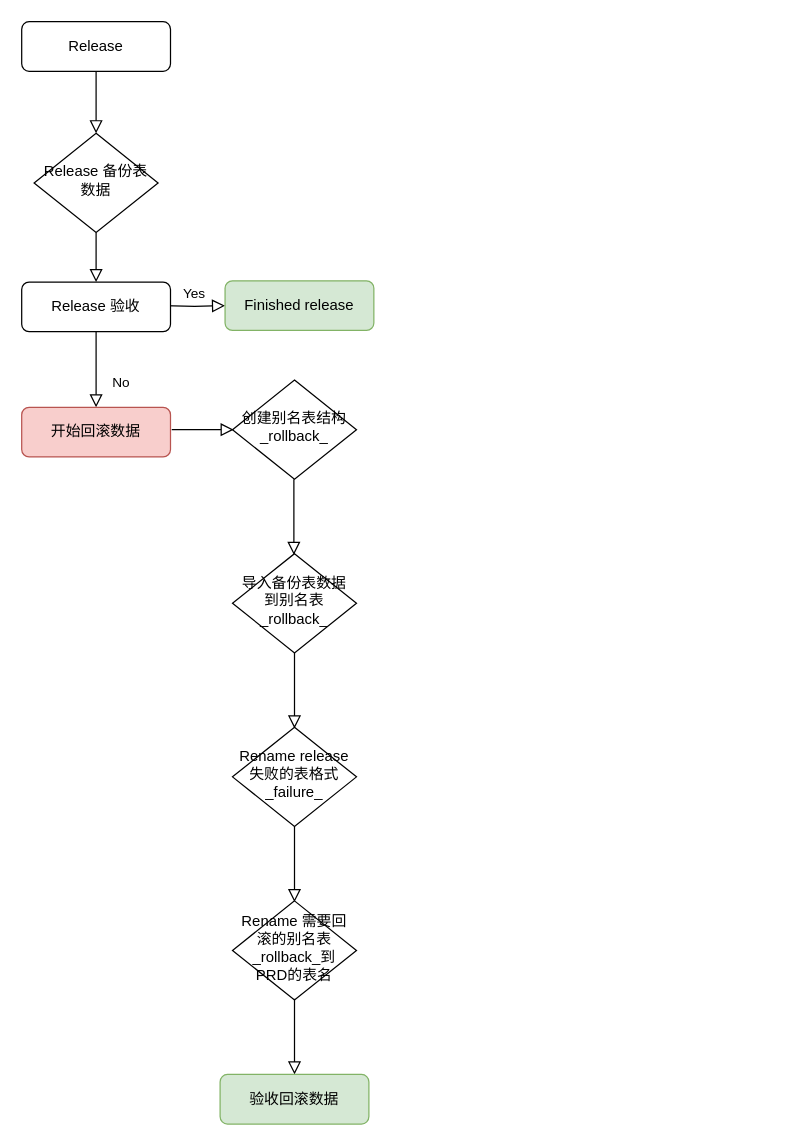
The draw.io diagram release_rollback Diagram.drawio in leiting6/diagrams, before the edit. Source tidied: cells renumbered, new cells numbered last; positions are measured from the earlier drawing's top-left corner, leaving out a move shared by most shapes. Both pictures are drawn from the tidied source at 124%, with x=0, y=0 at pixel (21, 21).
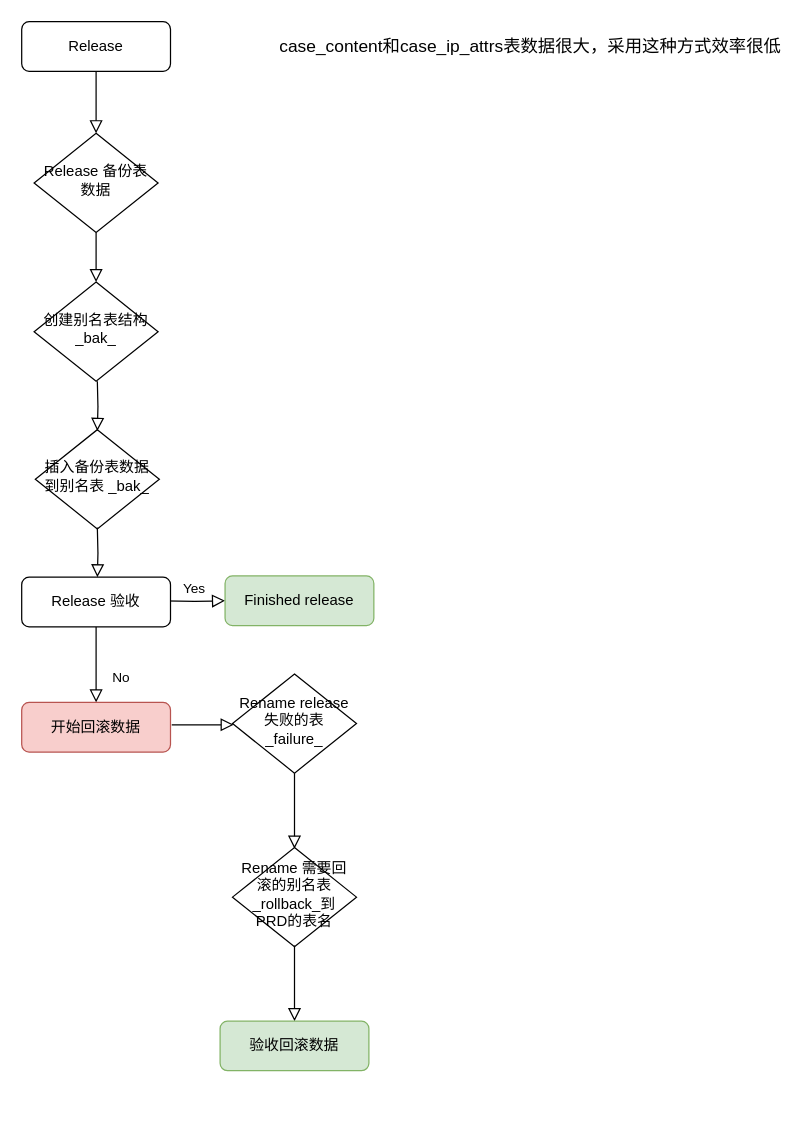
Above is the later version.

Diff of the diagram source:
```diff
@@
     <mxCell id="6" value="No" style="rounded=0;html=1;jettySize=auto;orthogonalLoop=1;fontSize=11;endArrow=block;endFill=0;endSize=8;strokeWidth=1;shadow=0;labelBackgroundColor=none;edgeStyle=orthogonalEdgeStyle;" parent="1" edge="1">
       <mxGeometry x="0.33" y="20" relative="1" as="geometry">
-        <mxPoint x="60" y="250" as="sourcePoint" />
-        <mxPoint x="60" y="311" as="targetPoint" />
+        <mxPoint x="60" y="488" as="sourcePoint" />
+        <mxPoint x="60" y="549" as="targetPoint" />
       </mxGeometry>
     </mxCell>
     <mxCell id="7" value="Yes" style="edgeStyle=orthogonalEdgeStyle;rounded=0;html=1;jettySize=auto;fontSize=11;endArrow=block;endFill=0;endSize=8;strokeWidth=1;shadow=0;labelBackgroundColor=none;" parent="1" edge="1" target="8">
       <mxGeometry y="10" relative="1" as="geometry">
-        <mxPoint x="114" y="229" as="sourcePoint" />
+        <mxPoint x="114" y="467" as="sourcePoint" />
       </mxGeometry>
     </mxCell>
     <mxCell id="8" value="Finished release" style="rounded=1;whiteSpace=wrap;html=1;fontSize=12;glass=0;strokeWidth=1;shadow=0;fillColor=#d5e8d4;strokeColor=#82b366;" parent="1" vertex="1">
-      <mxGeometry x="164" y="209" width="120" height="40" as="geometry" />
+      <mxGeometry x="164" y="447" width="120" height="40" as="geometry" />
     </mxCell>
-    <mxCell id="9" value="创建别名表结构 _rollback_" style="rhombus;whiteSpace=wrap;html=1;shadow=0;fontFamily=Helvetica;fontSize=12;align=center;strokeWidth=1;spacing=6;spacingTop=-4;" parent="1" vertex="1">
-      <mxGeometry x="170" y="289" width="100" height="80" as="geometry" />
+    <mxCell id="9" value="创建别名表结构 _bak_" style="rhombus;whiteSpace=wrap;html=1;shadow=0;fontFamily=Helvetica;fontSize=12;align=center;strokeWidth=1;spacing=6;spacingTop=-4;" parent="1" vertex="1">
+      <mxGeometry x="10" y="210" width="100" height="80" as="geometry" />
     </mxCell>
-    <mxCell id="10" style="rounded=0;html=1;jettySize=auto;orthogonalLoop=1;fontSize=11;endArrow=block;endFill=0;endSize=8;strokeWidth=1;shadow=0;labelBackgroundColor=none;edgeStyle=orthogonalEdgeStyle;" parent="1" edge="1">
-      <mxGeometry x="0.33" y="20" relative="1" as="geometry">
-        <mxPoint x="219.5" y="369" as="sourcePoint" />
-        <mxPoint x="219.5" y="430" as="targetPoint" />
-        <Array as="points">
-          <mxPoint x="219.5" y="400" />
-          <mxPoint x="219.5" y="400" />
-        </Array>
-      </mxGeometry>
-    </mxCell>
-    <mxCell id="11" value="导入备份表数据到别名表 _rollback_" style="rhombus;whiteSpace=wrap;html=1;shadow=0;fontFamily=Helvetica;fontSize=12;align=center;strokeWidth=1;spacing=6;spacingTop=-4;" parent="1" vertex="1">
-      <mxGeometry x="170" y="429" width="100" height="80" as="geometry" />
+    <mxCell id="11" value="插入备份表数据到别名表 _bak_" style="rhombus;whiteSpace=wrap;html=1;shadow=0;fontFamily=Helvetica;fontSize=12;align=center;strokeWidth=1;spacing=6;spacingTop=-4;" parent="1" vertex="1">
+      <mxGeometry x="11" y="329" width="100" height="80" as="geometry" />
     </mxCell>
-    <mxCell id="12" style="rounded=0;html=1;jettySize=auto;orthogonalLoop=1;fontSize=11;endArrow=block;endFill=0;endSize=8;strokeWidth=1;shadow=0;labelBackgroundColor=none;edgeStyle=orthogonalEdgeStyle;" parent="1" edge="1">
-      <mxGeometry x="0.33" y="20" relative="1" as="geometry">
-        <mxPoint x="220" y="509" as="sourcePoint" />
-        <mxPoint x="220" y="570" as="targetPoint" />
-        <Array as="points">
-          <mxPoint x="220" y="540" />
-          <mxPoint x="220" y="540" />
-        </Array>
-      </mxGeometry>
-    </mxCell>
-    <mxCell id="13" value="Rename release失败的表格式 _failure_" style="rhombus;whiteSpace=wrap;html=1;shadow=0;fontFamily=Helvetica;fontSize=12;align=center;strokeWidth=1;spacing=6;spacingTop=-4;" parent="1" vertex="1">
-      <mxGeometry x="170" y="569" width="100" height="80" as="geometry" />
+    <mxCell id="13" value="Rename release失败的表 _failure_" style="rhombus;whiteSpace=wrap;html=1;shadow=0;fontFamily=Helvetica;fontSize=12;align=center;strokeWidth=1;spacing=6;spacingTop=-4;" parent="1" vertex="1">
+      <mxGeometry x="170" y="526" width="100" height="80" as="geometry" />
     </mxCell>
     <mxCell id="14" style="rounded=0;html=1;jettySize=auto;orthogonalLoop=1;fontSize=11;endArrow=block;endFill=0;endSize=8;strokeWidth=1;shadow=0;labelBackgroundColor=none;edgeStyle=orthogonalEdgeStyle;" parent="1" edge="1">
       <mxGeometry x="0.33" y="20" relative="1" as="geometry">
-        <mxPoint x="220" y="649" as="sourcePoint" />
-        <mxPoint x="220" y="710" as="targetPoint" />
+        <mxPoint x="220" y="606" as="sourcePoint" />
+        <mxPoint x="220" y="667" as="targetPoint" />
         <Array as="points">
-          <mxPoint x="220" y="680" />
-          <mxPoint x="220" y="680" />
+          <mxPoint x="220" y="637" />
+          <mxPoint x="220" y="637" />
         </Array>
       </mxGeometry>
     </mxCell>
     <mxCell id="15" value="Rename 需要回滚的别名表_rollback_到PRD的表名" style="rhombus;whiteSpace=wrap;html=1;shadow=0;fontFamily=Helvetica;fontSize=12;align=center;strokeWidth=1;spacing=6;spacingTop=-4;" parent="1" vertex="1">
-      <mxGeometry x="170" y="709" width="100" height="80" as="geometry" />
+      <mxGeometry x="170" y="666" width="100" height="80" as="geometry" />
     </mxCell>
     <mxCell id="16" value="开始回滚数据" style="rounded=1;whiteSpace=wrap;html=1;fontSize=12;glass=0;strokeWidth=1;shadow=0;fillColor=#f8cecc;strokeColor=#b85450;" parent="1" vertex="1">
-      <mxGeometry y="311" width="120" height="40" as="geometry" />
+      <mxGeometry y="549" width="120" height="40" as="geometry" />
     </mxCell>
     <mxCell id="17" style="edgeStyle=orthogonalEdgeStyle;rounded=0;html=1;jettySize=auto;orthogonalLoop=1;fontSize=11;endArrow=block;endFill=0;endSize=8;strokeWidth=1;shadow=0;labelBackgroundColor=none;" parent="1" edge="1">
       <mxGeometry y="10" relative="1" as="geometry">
-        <mxPoint x="121" y="329" as="sourcePoint" />
-        <mxPoint x="171" y="329" as="targetPoint" />
+        <mxPoint x="121" y="567" as="sourcePoint" />
+        <mxPoint x="171" y="567" as="targetPoint" />
       </mxGeometry>
     </mxCell>
     <mxCell id="18" style="rounded=0;html=1;jettySize=auto;orthogonalLoop=1;fontSize=11;endArrow=block;endFill=0;endSize=8;strokeWidth=1;shadow=0;labelBackgroundColor=none;edgeStyle=orthogonalEdgeStyle;" parent="1" edge="1">
       <mxGeometry x="0.33" y="20" relative="1" as="geometry">
-        <mxPoint x="220" y="788" as="sourcePoint" />
-        <mxPoint x="220" y="849" as="targetPoint" />
+        <mxPoint x="220" y="745" as="sourcePoint" />
+        <mxPoint x="220" y="806" as="targetPoint" />
         <Array as="points">
-          <mxPoint x="220" y="819" />
-          <mxPoint x="220" y="819" />
+          <mxPoint x="220" y="776" />
+          <mxPoint x="220" y="776" />
         </Array>
       </mxGeometry>
     </mxCell>
     <mxCell id="19" value="Release 验收" style="rounded=1;whiteSpace=wrap;html=1;fontSize=12;glass=0;strokeWidth=1;shadow=0;" parent="1" vertex="1">
-      <mxGeometry y="210" width="120" height="40" as="geometry" />
+      <mxGeometry y="448" width="120" height="40" as="geometry" />
     </mxCell>
     <mxCell id="20" value="验收回滚数据" style="rounded=1;whiteSpace=wrap;html=1;fontSize=12;glass=0;strokeWidth=1;shadow=0;fillColor=#d5e8d4;strokeColor=#82b366;" parent="1" vertex="1">
-      <mxGeometry x="160" y="849" width="120" height="40" as="geometry" />
+      <mxGeometry x="160" y="806" width="120" height="40" as="geometry" />
     </mxCell>
+    <mxCell id="21" value="&lt;font style=&quot;font-size: 14px&quot;&gt;case_content和case_ip_attrs表数据很大，采用这种方式效率很低&lt;/font&gt;" style="text;html=1;align=center;verticalAlign=middle;fillColor=none;strokeColor=none;rounded=0;" parent="1" vertex="1">
+      <mxGeometry x="200" y="10" width="420" height="20" as="geometry" />
+    </mxCell>
+    <mxCell id="22" style="rounded=0;html=1;jettySize=auto;orthogonalLoop=1;fontSize=11;endArrow=block;endFill=0;endSize=8;strokeWidth=1;shadow=0;labelBackgroundColor=none;edgeStyle=orthogonalEdgeStyle;" parent="1" edge="1">
+      <mxGeometry y="20" relative="1" as="geometry">
+        <mxPoint x="61" y="290" as="sourcePoint" />
+        <mxPoint x="61" y="330" as="targetPoint" />
+      </mxGeometry>
+    </mxCell>
+    <mxCell id="23" style="rounded=0;html=1;jettySize=auto;orthogonalLoop=1;fontSize=11;endArrow=block;endFill=0;endSize=8;strokeWidth=1;shadow=0;labelBackgroundColor=none;edgeStyle=orthogonalEdgeStyle;" parent="1" edge="1">
+      <mxGeometry y="20" relative="1" as="geometry">
+        <mxPoint x="61" y="408" as="sourcePoint" />
+        <mxPoint x="61" y="448" as="targetPoint" />
+      </mxGeometry>
+    </mxCell>
```
